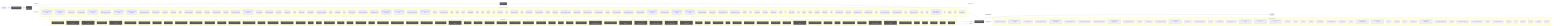
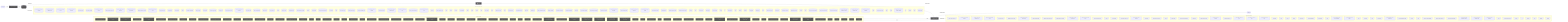
flowchart LR
  UserQ(["👤 User Query"])
  Embed["📐 Embedding Model"]
  VecDB[("📚 Vector Store")]
  Retriever["🔍 Retriever"]
  LLMNode["🧠 LLM / Generator"]
  Output(["✅ Response"])
  UserQ -->|query| Embed
  Embed -->|vector| VecDB
  VecDB -->|top-k chunks| Retriever
  Retriever -->|context + query| LLMNode
  LLMNode -->|generated answer| Output
  subgraph DetectedMemory["Detected memory stores"]
    det_detectedmemory_check_steering_feedback_contract_80134459[("check-steering-feedback-contract")]
+     det_detectedmemory_prompt_context_drift_validate_runner_c8ecc6f5[("prompt-context-drift-validate-runner")]
+     det_detectedmemory_prompt_context_drift_write_runner_69e6a4fd[("prompt-context-drift-write-runner")]
    det_detectedmemory_normalize_workflow_contracts_8701f1c8[("normalize-workflow-contracts")]
    det_detectedmemory_run_harness_evals_77704768[("run-harness-evals")]
    det_detectedmemory_sync_codex_preflight_7e7a8dc2[("sync-codex-preflight")]
    det_detectedmemory_test_harness_upgrade_matrix_84113c4e[("test-harness-upgrade-matrix")]
    det_detectedmemory_validate_prompt_context_drift_8c949ef6[("validate-prompt-context-drift")]
    det_detectedmemory_validate_runtime_packet_schemas_bc3ba8ec[("validate-runtime-packet-schemas")]
    det_detectedmemory_validate_system_prompt_gap_adoption_62d8c955[("validate-system-prompt-gap-adoption")]
    det_detectedmemory_validate_workflow_contracts_33dc063c[("validate-workflow-contracts")]
+     det_detectedmemory_write_prompt_context_drift_report_71a4e149[("write-prompt-context-drift-report")]
    det_detectedmemory_branch_protect_core_a8feb0fd[("branch-protect-core")]
    det_detectedmemory_ci_migrate_core_7005b5af[("ci-migrate-core")]
    det_detectedmemory_context_health_80bb7da9[("context-health")]
    det_detectedmemory_context_ea7792a2[("context")]
    det_detectedmemory_docs_gate_classification_2f51c90b[("docs-gate-classification")]
    det_detectedmemory_docs_gate_types_d285abb6[("docs-gate-types")]
    det_detectedmemory_index_context_de3ed39d[("index-context")]
    det_detectedmemory_local_memory_preflight_dcc36c42[("local-memory-preflight")]
    det_detectedmemory_memory_gate_a577a506[("memory-gate")]
    det_detectedmemory_next_prompt_context_drift_3c5a93d5[("next-prompt-context-drift")]
    det_detectedmemory_next_recommendation_decisions_03315dd4[("next-recommendation-decisions")]
    det_detectedmemory_next_runner_state_be6fe997[("next-runner-state")]
    det_detectedmemory_pattern_scope_siblings_43abe000[("pattern-scope-siblings")]
    det_detectedmemory_review_context_ca6cf81d[("review-context")]
    det_detectedmemory_review_gate_core_4c8001f9[("review-gate-core")]
    det_detectedmemory_search_24193290[("search")]
    det_detectedmemory_session_context_e5ec72c0[("session-context")]
    det_detectedmemory_tooling_audit_core_328d6a41[("tooling-audit-core")]
    det_detectedmemory_run_local_memory_preflight_36e92808[("run-local-memory-preflight")]
    det_detectedmemory_checker_d2d2328e[("checker")]
    det_detectedmemory_context_health_1_ceb11829[("context-health")]
+     det_detectedmemory_prompt_context_drift_surface_c1e30b42[("prompt-context-drift-surface")]
+     det_detectedmemory_test_fixtures_c2f936b0[("test-fixtures")]
    det_detectedmemory_types_2_d9bc6e7a[("types")]
    det_detectedmemory_branch_protect_sync_570adb18[("branch-protect-sync")]
+     det_detectedmemory_builtin_command_specs_ac7d392e[("builtin-command-specs")]
    det_detectedmemory_command_capability_rules_ca3f496a[("command-capability-rules")]
+     det_detectedmemory_command_expected_artifacts_6469c2fb[("command-expected-artifacts")]
    det_detectedmemory_command_specs_core_1c0ffc99[("command-specs-core")]
    det_detectedmemory_local_memory_preflight_command_spec_9e23f3ce[("local-memory-preflight-command-spec")]
    det_detectedmemory_memory_gate_command_spec_dc9001a9[("memory-gate-command-spec")]
    det_detectedmemory_review_gate_command_spec_3187376a[("review-gate-command-spec")]
    det_detectedmemory_session_context_command_spec_973afbb1[("session-context-command-spec")]
    det_detectedmemory_constants_7517017f[("constants")]
    det_detectedmemory_context_compact_policy_3dcaf95d[("context-compact-policy")]
    det_detectedmemory_index_3_7e40d474[("index")]
    det_detectedmemory_indexer_70fa78e5[("indexer")]
    det_detectedmemory_init_error_5c7dd49f[("init-error")]
    det_detectedmemory_lexical_fallback_723e2b3e[("lexical-fallback")]
    det_detectedmemory_ollama_76e3c7bf[("ollama")]
    det_detectedmemory_rollout_a4fa034c[("rollout")]
    det_detectedmemory_sources_878a52fc[("sources")]
    det_detectedmemory_store_824d80d7[("store")]
    det_detectedmemory_sync_contract_c79fa191[("sync-contract")]
    det_detectedmemory_types_8_f6283648[("types")]
    det_detectedmemory_harness_run_context_ac7c77a9[("harness-run-context")]
    det_detectedmemory_index_4_013aa0e3[("index")]
    det_detectedmemory_json_schema_core_96d7e328[("json-schema-core")]
    det_detectedmemory_policy_validators_core_714a3fe7[("policy-validators-core")]
    det_detectedmemory_types_core_e405ddca[("types-core")]
    det_detectedmemory_validator_core_4358f8ba[("validator-core")]
    det_detectedmemory_archive_candidates_scanner_d0931789[("archive-candidates-scanner")]
    det_detectedmemory_archive_candidates_dc0e40e1[("archive-candidates")]
    det_detectedmemory_docs_task_eval_contract_79347457[("docs-task-eval-contract")]
    det_detectedmemory_docs_task_eval_fixtures_44902755[("docs-task-eval-fixtures")]
    det_detectedmemory_init_modes_c05ceb07[("init-modes")]
    det_detectedmemory_project_brain_templates_7ef51530[("project-brain-templates")]
    det_detectedmemory_scaffold_diagram_templates_dd88e83c[("scaffold-diagram-templates")]
    det_detectedmemory_scaffold_doc_templates_f6152330[("scaffold-doc-templates")]
    det_detectedmemory_scaffold_environment_templates_c1ceba6a[("scaffold-environment-templates")]
    det_detectedmemory_scaffold_hook_templates_8c74ab50[("scaffold-hook-templates")]
    det_detectedmemory_scaffold_root_command_templates_404fed7f[("scaffold-root-command-templates")]
    det_detectedmemory_scaffold_script_template_registry_69312d4e[("scaffold-script-template-registry")]
    det_detectedmemory_scaffold_shell_templates_0ad0f915[("scaffold-shell-templates")]
    det_detectedmemory_scaffold_surfaces_12d6494e[("scaffold-surfaces")]
    det_detectedmemory_scaffold_template_registry_b1cce2aa[("scaffold-template-registry")]
    det_detectedmemory_scaffold_workflow_template_92310587[("scaffold-workflow-template")]
    det_detectedmemory_eval_seed_5699fd3e[("eval-seed")]
    det_detectedmemory_index_10_f6785a46[("index")]
    det_detectedmemory_review_context_1_e3afed15[("review-context")]
    det_detectedmemory_memory_gate_1_265164ac[("memory-gate")]
    det_detectedmemory_branch_enforcer_acb749cd[("branch-enforcer")]
    det_detectedmemory_cli_args_5_09ea29f0[("cli-args")]
    det_detectedmemory_cli_7_dc4a9f7f[("cli")]
    det_detectedmemory_metrics_tracker_98cec29c[("metrics-tracker")]
    det_detectedmemory_types_20_071a0112[("types")]
    det_detectedmemory_validator_5_b19ac2be[("validator")]
    det_detectedmemory_classifier_fe1991a9[("classifier")]
    det_detectedmemory_tooling_paths_560ac80d[("tooling-paths")]
    det_detectedmemory_claim_helpers_20dc8387[("claim-helpers")]
    det_detectedmemory_types_25_89d086aa[("types")]
    det_detectedmemory_local_memory_smoke_1175abfc[("local-memory-smoke")]
    det_detectedmemory_local_memory_0db17ecc[("local-memory")]
    det_detectedmemory_performance_overload_c685bfcf[("performance-overload")]
    det_detectedmemory_suggestion_generator_0956f794[("suggestion-generator")]
+     det_detectedmemory_git_head_7346fd6a[("git-head")]
    det_detectedmemory_index_12_762ec91b[("index")]
+     det_detectedmemory_prompt_context_drift_builder_a451c7dd[("prompt-context-drift-builder")]
    det_detectedmemory_prompt_context_drift_report_3257a95c[("prompt-context-drift-report")]
    det_detectedmemory_prompt_context_drift_types_ba6863d4[("prompt-context-drift-types")]
+     det_detectedmemory_prompt_context_drift_validation_evidence_21f0336f[("prompt-context-drift-validation-evidence")]
+     det_detectedmemory_prompt_context_drift_validation_utils_2285f4ac[("prompt-context-drift-validation-utils")]
+     det_detectedmemory_prompt_context_drift_validation_8fc01719[("prompt-context-drift-validation")]
    det_detectedmemory_index_13_97df39c8[("index")]
    det_detectedmemory_prompt_context_receipt_17b862b2[("prompt-context-receipt")]
    det_detectedmemory_types_32_bfe791ff[("types")]
    det_detectedmemory_policy_1_fc4198db[("policy")]
    det_detectedmemory_runtime_card_codex_runtime_validation_d8ce9934[("runtime-card-codex-runtime-validation")]
    det_detectedmemory_cli_12_01c06c37[("cli")]
    det_detectedmemory_collector_0736fd5b[("collector")]
    det_detectedmemory_types_35_93e66c64[("types")]
    det_detectedmemory_overload_guard_2748c559[("overload-guard")]
  end
  VecDB -. "implemented by" .-> DetectedMemory
  subgraph DetectedLLM["Detected LLM clients"]
    det_detectedllm_check_codex_agent_roles_5bb2e89b["check-codex-agent-roles"]
    det_detectedllm_check_steering_feedback_contract_80134459["check-steering-feedback-contract"]
+     det_detectedllm_prompt_context_drift_validate_runner_c8ecc6f5["prompt-context-drift-validate-runner"]
+     det_detectedllm_prompt_context_drift_write_runner_69e6a4fd["prompt-context-drift-write-runner"]
    det_detectedllm_run_harness_evals_77704768["run-harness-evals"]
    det_detectedllm_validate_decision_request_2e5c325e["validate-decision-request"]
    det_detectedllm_validate_goal_completion_audit_receipt_100d252c["validate-goal-completion-audit-receipt"]
    det_detectedllm_validate_packaged_skill_5e32c890["validate-packaged-skill"]
    det_detectedllm_validate_prompt_context_drift_8c949ef6["validate-prompt-context-drift"]
    det_detectedllm_validate_reviewer_coverage_251efee3["validate-reviewer-coverage"]
    det_detectedllm_validate_system_prompt_gap_adoption_62d8c955["validate-system-prompt-gap-adoption"]
+     det_detectedllm_write_prompt_context_drift_report_71a4e149["write-prompt-context-drift-report"]
    det_detectedllm_check_environment_core_2c16213f["check-environment-core"]
    det_detectedllm_context_ea7792a2["context"]
    det_detectedllm_index_context_de3ed39d["index-context"]
    det_detectedllm_next_prompt_context_drift_3c5a93d5["next-prompt-context-drift"]
    det_detectedllm_next_recommendation_decisions_03315dd4["next-recommendation-decisions"]
    det_detectedllm_prompt_gate_c5e9d207["prompt-gate"]
    det_detectedllm_remediate_runner_helpers_929fedcc["remediate-runner-helpers"]
    det_detectedllm_search_24193290["search"]
    det_detectedllm_context_health_1_ceb11829["context-health"]
+     det_detectedllm_prompt_context_drift_surface_c1e30b42["prompt-context-drift-surface"]
+     det_detectedllm_test_fixtures_c2f936b0["test-fixtures"]
+     det_detectedllm_builtin_command_specs_ac7d392e["builtin-command-specs"]
+     det_detectedllm_command_expected_artifacts_6469c2fb["command-expected-artifacts"]
    det_detectedllm_command_specs_core_1c0ffc99["command-specs-core"]
    det_detectedllm_pilot_evaluate_command_spec_1084ea72["pilot-evaluate-command-spec"]
    det_detectedllm_pilot_rollback_command_spec_4fe69f7d["pilot-rollback-command-spec"]
    det_detectedllm_prompt_gate_command_spec_9a941482["prompt-gate-command-spec"]
    det_detectedllm_constants_7517017f["constants"]
    det_detectedllm_index_3_7e40d474["index"]
    det_detectedllm_indexer_70fa78e5["indexer"]
    det_detectedllm_ollama_76e3c7bf["ollama"]
    det_detectedllm_sync_contract_c79fa191["sync-contract"]
    det_detectedllm_north_star_validators_cfc926ce["north-star-validators"]
    det_detectedllm_hilt_boundary_9b36fb15["hilt-boundary"]
    det_detectedllm_types_10_75e5a4a0["types"]
    det_detectedllm_goal_completion_audit_receipt_validation_9d0f4891["goal-completion-audit-receipt-validation"]
    det_detectedllm_goal_completion_audit_receipt_5e4939c3["goal-completion-audit-receipt"]
    det_detectedllm_index_5_522f772a["index"]
    det_detectedllm_constants_1_a84e15f0["constants"]
    det_detectedllm_types_18_37582e2a["types"]
    det_detectedllm_sensitive_text_7c11f760["sensitive-text"]
    det_detectedllm_pr_template_linked_issue_relationship_a7b61f2c["pr-template-linked-issue-relationship"]
    det_detectedllm_pr_template_validator_rules_20a32d6b["pr-template-validator-rules"]
+     det_detectedllm_git_head_7346fd6a["git-head"]
    det_detectedllm_index_12_762ec91b["index"]
+     det_detectedllm_prompt_context_drift_builder_a451c7dd["prompt-context-drift-builder"]
    det_detectedllm_prompt_context_drift_report_3257a95c["prompt-context-drift-report"]
    det_detectedllm_prompt_context_drift_types_ba6863d4["prompt-context-drift-types"]
+     det_detectedllm_prompt_context_drift_validation_evidence_21f0336f["prompt-context-drift-validation-evidence"]
+     det_detectedllm_prompt_context_drift_validation_utils_2285f4ac["prompt-context-drift-validation-utils"]
+     det_detectedllm_prompt_context_drift_validation_8fc01719["prompt-context-drift-validation"]
    det_detectedllm_index_13_97df39c8["index"]
    det_detectedllm_prompt_context_receipt_17b862b2["prompt-context-receipt"]
    det_detectedllm_cli_args_9_9c136878["cli-args"]
    det_detectedllm_cli_11_338a8415["cli"]
    det_detectedllm_sections_4697ef32["sections"]
    det_detectedllm_types_28_4476fcc6["types"]
    det_detectedllm_validator_7_f836eb0e["validator"]
    det_detectedllm_cli_args_10_861cdd3f["cli-args"]
  end
  LLMNode -. "implemented by" .-> DetectedLLM
  subgraph DetectedTools["Agentic tool calls"]
    det_detectedtools_check_codex_agent_roles_5bb2e89b["🔧 check-codex-agent-roles"]
    det_detectedtools_check_steering_feedback_contract_80134459["🔧 check-steering-feedback-contract"]
    det_detectedtools_check_tooling_baseline_parity_3124b30a["🔧 check-tooling-baseline-parity"]
    det_detectedtools_run_harness_evals_77704768["🔧 run-harness-evals"]
    det_detectedtools_validate_action_review_receipt_fa2f06c3["🔧 validate-action-review-receipt"]
    det_detectedtools_validate_packaged_skill_5e32c890["🔧 validate-packaged-skill"]
    det_detectedtools_validate_replay_packet_f309747e["🔧 validate-replay-packet"]
    det_detectedtools_ci_migrate_core_7005b5af["🔧 ci-migrate-core"]
    det_detectedtools_doctor_checks_5a2eb2b9["🔧 doctor-checks"]
    det_detectedtools_doctor_github_tool_check_e0a938df["🔧 doctor-github-tool-check"]
    det_detectedtools_doctor_github_tool_checks_a53b0382["🔧 doctor-github-tool-checks"]
    det_detectedtools_doctor_tool_checks_4acac51a["🔧 doctor-tool-checks"]
    det_detectedtools_fleet_plan_repo_ecdc6499["🔧 fleet-plan-repo"]
    det_detectedtools_next_blocked_decisions_4140ad2b["🔧 next-blocked-decisions"]
    det_detectedtools_next_pr_closeout_contract_af31d30a["🔧 next-pr-closeout-contract"]
    det_detectedtools_policy_gate_213f7313["🔧 policy-gate"]
    det_detectedtools_remediate_cli_output_cc165396["🔧 remediate-cli-output"]
    det_detectedtools_remediate_runner_helpers_929fedcc["🔧 remediate-runner-helpers"]
    det_detectedtools_review_gate_core_4c8001f9["🔧 review-gate-core"]
    det_detectedtools_index_1bc04b52["🔧 index"]
    det_detectedtools_types_1_4ecdf56e["🔧 types"]
    det_detectedtools_validation_constants_e002a0f6["🔧 validation-constants"]
    det_detectedtools_validation_98c41dcd["🔧 validation"]
    det_detectedtools_checker_d2d2328e["🔧 checker"]
    det_detectedtools_shared_state_policy_edc9c4db["🔧 shared-state-policy"]
    det_detectedtools_cli_args_1_6144b055["🔧 cli-args"]
    det_detectedtools_command_capabilities_a4d5c71e["🔧 command-capabilities"]
    det_detectedtools_command_capability_rules_ca3f496a["🔧 command-capability-rules"]
    det_detectedtools_linear_command_actions_e430f4f4["🔧 linear-command-actions"]
    det_detectedtools_linear_command_runner_4a740dfc["🔧 linear-command-runner"]
    det_detectedtools_policy_validators_core_714a3fe7["🔧 policy-validators-core"]
    det_detectedtools_shared_state_action_validator_e7b128cd["🔧 shared-state-action-validator"]
    det_detectedtools_types_core_e405ddca["🔧 types-core"]
    det_detectedtools_validator_core_4358f8ba["🔧 validator-core"]
    det_detectedtools_validator_helpers_7b927667["🔧 validator-helpers"]
    det_detectedtools_he_phase_exit_core_1148895b["🔧 he-phase-exit-core"]
    det_detectedtools_environment_runtime_3206f0a8["🔧 environment-runtime"]
    det_detectedtools_observed_skill_usage_ed7d5930["🔧 observed-skill-usage"]
    det_detectedtools_closure_evidence_aaa31467["🔧 closure-evidence"]
    det_detectedtools_pr_creator_dc6b1ea4["🔧 pr-creator"]
    det_detectedtools_client_948fe603["🔧 client"]
    det_detectedtools_init_output_360dce91["🔧 init-output"]
    det_detectedtools_scaffold_ci_templates_2afd6392["🔧 scaffold-ci-templates"]
    det_detectedtools_scaffold_codex_environment_templates_334fbbed["🔧 scaffold-codex-environment-templates"]
    det_detectedtools_scaffold_config_templates_4b80ce53["🔧 scaffold-config-templates"]
    det_detectedtools_scaffold_environment_templates_c1ceba6a["🔧 scaffold-environment-templates"]
    det_detectedtools_scaffold_github_actions_pr_pipeline_renderer_1ee18de5["🔧 scaffold-github-actions-pr-pipeline-renderer"]
    det_detectedtools_scaffold_github_actions_pr_pipeline_template_e2b85f62["🔧 scaffold-github-actions-pr-pipeline-template"]
    det_detectedtools_scaffold_package_command_template_80e32e83["🔧 scaffold-package-command-template"]
    det_detectedtools_scaffold_release_private_npm_template_075499f8["🔧 scaffold-release-private-npm-template"]
    det_detectedtools_constants_1_a84e15f0["🔧 constants"]
    det_detectedtools_index_9_32dd4d91["🔧 index"]
    det_detectedtools_validation_common_6161e48b["🔧 validation-common"]
    det_detectedtools_cli_7_dc4a9f7f["🔧 cli"]
    det_detectedtools_metrics_tracker_98cec29c["🔧 metrics-tracker"]
    det_detectedtools_normalise_renderer_85f2e563["🔧 normalise-renderer"]
    det_detectedtools_evaluation_engine_core_e054fe49["🔧 evaluation-engine-core"]
    det_detectedtools_tooling_baseline_50ab2eeb["🔧 tooling-baseline"]
    det_detectedtools_tooling_paths_560ac80d["🔧 tooling-paths"]
    det_detectedtools_prompt_context_drift_report_3257a95c["🔧 prompt-context-drift-report"]
    det_detectedtools_prompt_context_drift_types_ba6863d4["🔧 prompt-context-drift-types"]
+     det_detectedtools_prompt_context_drift_validation_utils_2285f4ac["🔧 prompt-context-drift-validation-utils"]
    det_detectedtools_replay_packet_a1293f88["🔧 replay-packet"]
    det_detectedtools_index_14_d982116c["🔧 index"]
    det_detectedtools_review_lifecycle_contract_e5447221["🔧 review-lifecycle-contract"]
    det_detectedtools_review_lifecycle_89afa64c["🔧 review-lifecycle"]
    det_detectedtools_runtime_card_codex_runtime_validation_d8ce9934["🔧 runtime-card-codex-runtime-validation"]
    det_detectedtools_runtime_card_codex_runtime_0655e230["🔧 runtime-card-codex-runtime"]
    det_detectedtools_runtime_evidence_bundle_d471a232["🔧 runtime-evidence-bundle"]
    det_detectedtools_types_37_32ccf9f9["🔧 types"]
    det_detectedtools_index_17_642943a2["🔧 index"]
    det_detectedtools_projection_1b250ea1["🔧 projection"]
    det_detectedtools_types_39_d07de160["🔧 types"]
    det_detectedtools_validation_8_b9fa10af["🔧 validation"]
  end
  LLMNode -->|tool use| DetectedTools
  DetectedTools -->|result| LLMNode
  classDef memNode fill:#555,color:#fff
  class VecDB,Retriever memNode
  classDef llmNode fill:#555,color:#fff
  class LLMNode,Embed llmNode
  classDef toolNode fill:#555,color:#fff
-   class det_detectedtools_check_codex_agent_roles_5bb2e89b,det_detectedtools_check_steering_feedback_contract_80134459,det_detectedtools_check_tooling_baseline_parity_3124b30a,det_detectedtools_run_harness_evals_77704768,det_detectedtools_validate_action_review_receipt_fa2f06c3,det_detectedtools_validate_packaged_skill_5e32c890,det_detectedtools_validate_replay_packet_f309747e,det_detectedtools_ci_migrate_core_7005b5af,det_detectedtools_doctor_checks_5a2eb2b9,det_detectedtools_doctor_github_tool_check_e0a938df,det_detectedtools_doctor_github_tool_checks_a53b0382,det_detectedtools_doctor_tool_checks_4acac51a,det_detectedtools_fleet_plan_repo_ecdc6499,det_detectedtools_next_blocked_decisions_4140ad2b,det_detectedtools_next_pr_closeout_contract_af31d30a,det_detectedtools_policy_gate_213f7313,det_detectedtools_remediate_cli_output_cc165396,det_detectedtools_remediate_runner_helpers_929fedcc,det_detectedtools_review_gate_core_4c8001f9,det_detectedtools_index_1bc04b52,det_detectedtools_types_1_4ecdf56e,det_detectedtools_validation_constants_e002a0f6,det_detectedtools_validation_98c41dcd,det_detectedtools_checker_d2d2328e,det_detectedtools_shared_state_policy_edc9c4db,det_detectedtools_cli_args_1_6144b055,det_detectedtools_command_capabilities_a4d5c71e,det_detectedtools_command_capability_rules_ca3f496a,det_detectedtools_linear_command_actions_e430f4f4,det_detectedtools_linear_command_runner_4a740dfc,det_detectedtools_policy_validators_core_714a3fe7,det_detectedtools_shared_state_action_validator_e7b128cd,det_detectedtools_types_core_e405ddca,det_detectedtools_validator_core_4358f8ba,det_detectedtools_validator_helpers_7b927667,det_detectedtools_he_phase_exit_core_1148895b,det_detectedtools_environment_runtime_3206f0a8,det_detectedtools_observed_skill_usage_ed7d5930,det_detectedtools_closure_evidence_aaa31467,det_detectedtools_pr_creator_dc6b1ea4,det_detectedtools_client_948fe603,det_detectedtools_init_output_360dce91,det_detectedtools_scaffold_ci_templates_2afd6392,det_detectedtools_scaffold_codex_environment_templates_334fbbed,det_detectedtools_scaffold_config_templates_4b80ce53,det_detectedtools_scaffold_environment_templates_c1ceba6a,det_detectedtools_scaffold_github_actions_pr_pipeline_renderer_1ee18de5,det_detectedtools_scaffold_github_actions_pr_pipeline_template_e2b85f62,det_detectedtools_scaffold_package_command_template_80e32e83,det_detectedtools_scaffold_release_private_npm_template_075499f8,det_detectedtools_constants_1_a84e15f0,det_detectedtools_index_9_32dd4d91,det_detectedtools_validation_common_6161e48b,det_detectedtools_cli_7_dc4a9f7f,det_detectedtools_metrics_tracker_98cec29c,det_detectedtools_normalise_renderer_85f2e563,det_detectedtools_evaluation_engine_core_e054fe49,det_detectedtools_tooling_baseline_50ab2eeb,det_detectedtools_tooling_paths_560ac80d,det_detectedtools_prompt_context_drift_report_3257a95c,det_detectedtools_prompt_context_drift_types_ba6863d4,det_detectedtools_replay_packet_a1293f88,det_detectedtools_index_14_d982116c,det_detectedtools_review_lifecycle_contract_e5447221,det_detectedtools_review_lifecycle_89afa64c,det_detectedtools_runtime_card_codex_runtime_validation_d8ce9934,det_detectedtools_runtime_card_codex_runtime_0655e230,det_detectedtools_runtime_evidence_bundle_d471a232,det_detectedtools_types_37_32ccf9f9,det_detectedtools_index_17_642943a2,det_detectedtools_projection_1b250ea1,det_detectedtools_types_39_d07de160,det_detectedtools_validation_8_b9fa10af toolNode
+   class det_detectedtools_check_codex_agent_roles_5bb2e89b,det_detectedtools_check_steering_feedback_contract_80134459,det_detectedtools_check_tooling_baseline_parity_3124b30a,det_detectedtools_run_harness_evals_77704768,det_detectedtools_validate_action_review_receipt_fa2f06c3,det_detectedtools_validate_packaged_skill_5e32c890,det_detectedtools_validate_replay_packet_f309747e,det_detectedtools_ci_migrate_core_7005b5af,det_detectedtools_doctor_checks_5a2eb2b9,det_detectedtools_doctor_github_tool_check_e0a938df,det_detectedtools_doctor_github_tool_checks_a53b0382,det_detectedtools_doctor_tool_checks_4acac51a,det_detectedtools_fleet_plan_repo_ecdc6499,det_detectedtools_next_blocked_decisions_4140ad2b,det_detectedtools_next_pr_closeout_contract_af31d30a,det_detectedtools_policy_gate_213f7313,det_detectedtools_remediate_cli_output_cc165396,det_detectedtools_remediate_runner_helpers_929fedcc,det_detectedtools_review_gate_core_4c8001f9,det_detectedtools_index_1bc04b52,det_detectedtools_types_1_4ecdf56e,det_detectedtools_validation_constants_e002a0f6,det_detectedtools_validation_98c41dcd,det_detectedtools_checker_d2d2328e,det_detectedtools_shared_state_policy_edc9c4db,det_detectedtools_cli_args_1_6144b055,det_detectedtools_command_capabilities_a4d5c71e,det_detectedtools_command_capability_rules_ca3f496a,det_detectedtools_linear_command_actions_e430f4f4,det_detectedtools_linear_command_runner_4a740dfc,det_detectedtools_policy_validators_core_714a3fe7,det_detectedtools_shared_state_action_validator_e7b128cd,det_detectedtools_types_core_e405ddca,det_detectedtools_validator_core_4358f8ba,det_detectedtools_validator_helpers_7b927667,det_detectedtools_he_phase_exit_core_1148895b,det_detectedtools_environment_runtime_3206f0a8,det_detectedtools_observed_skill_usage_ed7d5930,det_detectedtools_closure_evidence_aaa31467,det_detectedtools_pr_creator_dc6b1ea4,det_detectedtools_client_948fe603,det_detectedtools_init_output_360dce91,det_detectedtools_scaffold_ci_templates_2afd6392,det_detectedtools_scaffold_codex_environment_templates_334fbbed,det_detectedtools_scaffold_config_templates_4b80ce53,det_detectedtools_scaffold_environment_templates_c1ceba6a,det_detectedtools_scaffold_github_actions_pr_pipeline_renderer_1ee18de5,det_detectedtools_scaffold_github_actions_pr_pipeline_template_e2b85f62,det_detectedtools_scaffold_package_command_template_80e32e83,det_detectedtools_scaffold_release_private_npm_template_075499f8,det_detectedtools_constants_1_a84e15f0,det_detectedtools_index_9_32dd4d91,det_detectedtools_validation_common_6161e48b,det_detectedtools_cli_7_dc4a9f7f,det_detectedtools_metrics_tracker_98cec29c,det_detectedtools_normalise_renderer_85f2e563,det_detectedtools_evaluation_engine_core_e054fe49,det_detectedtools_tooling_baseline_50ab2eeb,det_detectedtools_tooling_paths_560ac80d,det_detectedtools_prompt_context_drift_report_3257a95c,det_detectedtools_prompt_context_drift_types_ba6863d4,det_detectedtools_prompt_context_drift_validation_utils_2285f4ac,det_detectedtools_replay_packet_a1293f88,det_detectedtools_index_14_d982116c,det_detectedtools_review_lifecycle_contract_e5447221,det_detectedtools_review_lifecycle_89afa64c,det_detectedtools_runtime_card_codex_runtime_validation_d8ce9934,det_detectedtools_runtime_card_codex_runtime_0655e230,det_detectedtools_runtime_evidence_bundle_d471a232,det_detectedtools_types_37_32ccf9f9,det_detectedtools_index_17_642943a2,det_detectedtools_projection_1b250ea1,det_detectedtools_types_39_d07de160,det_detectedtools_validation_8_b9fa10af toolNode
